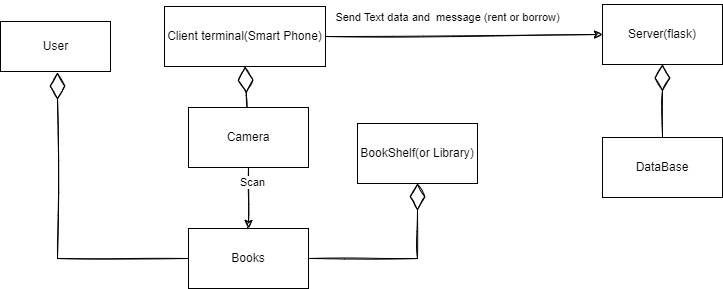
Above: image/Usercase-Domain_Model.drawio.png in MGMCN/Team-GYUK (draw.io), before the change. Source tidied: cells renumbered, new cells last; positions are measured from the earlier drawing's top-left corner, leaving out a move shared by most shapes.
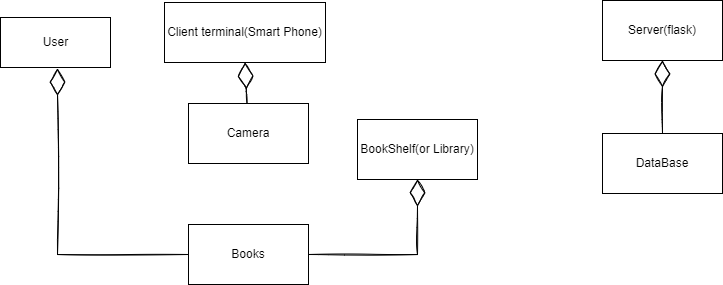
After the change.

Commit message:
replace new model

Diff of the diagram source:
```diff
@@ -20,17 +20,6 @@
     <mxCell id="7" value="User" style="html=1;" parent="1" vertex="1">
       <mxGeometry y="17" width="110" height="50" as="geometry" />
     </mxCell>
-    <mxCell id="8" style="endArrow=classic;html=1;rounded=0;strokeColor=none;" parent="1" edge="1">
-      <mxGeometry relative="1" as="geometry">
-        <mxPoint x="379" y="53" as="sourcePoint" />
-        <mxPoint x="429" y="3" as="targetPoint" />
-      </mxGeometry>
-    </mxCell>
-    <mxCell id="9" value="Send Text data and&amp;nbsp; message (rent or borrow)" style="edgeLabel;html=1;align=center;verticalAlign=middle;" parent="8" vertex="1">
-      <mxGeometry x="0.35" y="3" relative="1" as="geometry">
-        <mxPoint x="36" y="-4" as="offset" />
-      </mxGeometry>
-    </mxCell>
     <mxCell id="10" style="endArrow=classic;html=1;rounded=0;strokeColor=none;entryX=0;entryY=0.5;entryDx=0;entryDy=0;exitX=0.44;exitY=0.993;exitDx=0;exitDy=0;exitPerimeter=0;" parent="1" edge="1">
       <mxGeometry relative="1" as="geometry">
         <mxPoint x="59.8" y="206.6" as="sourcePoint" />
@@ -43,9 +32,6 @@
     <mxCell id="11" value="Books" style="rounded=0;whiteSpace=wrap;html=1;" parent="1" vertex="1">
       <mxGeometry x="188" y="224" width="120" height="60" as="geometry" />
     </mxCell>
-    <mxCell id="12" style="endArrow=classic;html=1;rounded=0;sketch=1;entryX=0;entryY=0.5;entryDx=0;entryDy=0;exitX=1;exitY=0.5;exitDx=0;exitDy=0;" parent="1" edge="1" source="2" target="4">
-      <mxGeometry relative="1" as="geometry" />
-    </mxCell>
     <mxCell id="13" style="endArrow=diamondThin;endFill=0;endSize=24;html=1;rounded=0;sketch=1;entryX=0.5;entryY=1;entryDx=0;entryDy=0;exitX=0.5;exitY=0;exitDx=0;exitDy=0;" parent="1" edge="1" source="5" target="4">
       <mxGeometry relative="1" as="geometry" />
     </mxCell>
@@ -67,11 +53,5 @@
     <mxCell id="16" style="endArrow=diamondThin;endFill=0;endSize=24;html=1;rounded=0;sketch=1;entryX=0.5;entryY=1;entryDx=0;entryDy=0;" parent="1" edge="1" source="3" target="2">
       <mxGeometry relative="1" as="geometry" />
     </mxCell>
-    <mxCell id="17" style="endArrow=classic;html=1;rounded=0;sketch=1;entryX=0.5;entryY=0;entryDx=0;entryDy=0;exitX=0.5;exitY=1;exitDx=0;exitDy=0;" parent="1" edge="1" source="3" target="11">
-      <mxGeometry relative="1" as="geometry" />
-    </mxCell>
-    <mxCell id="18" value="Scan" style="edgeLabel;html=1;align=center;verticalAlign=middle;" parent="17" vertex="1">
-      <mxGeometry x="-0.53" y="3" relative="1" as="geometry" />
-    </mxCell>
   </root>
 </mxGraphModel>
```
